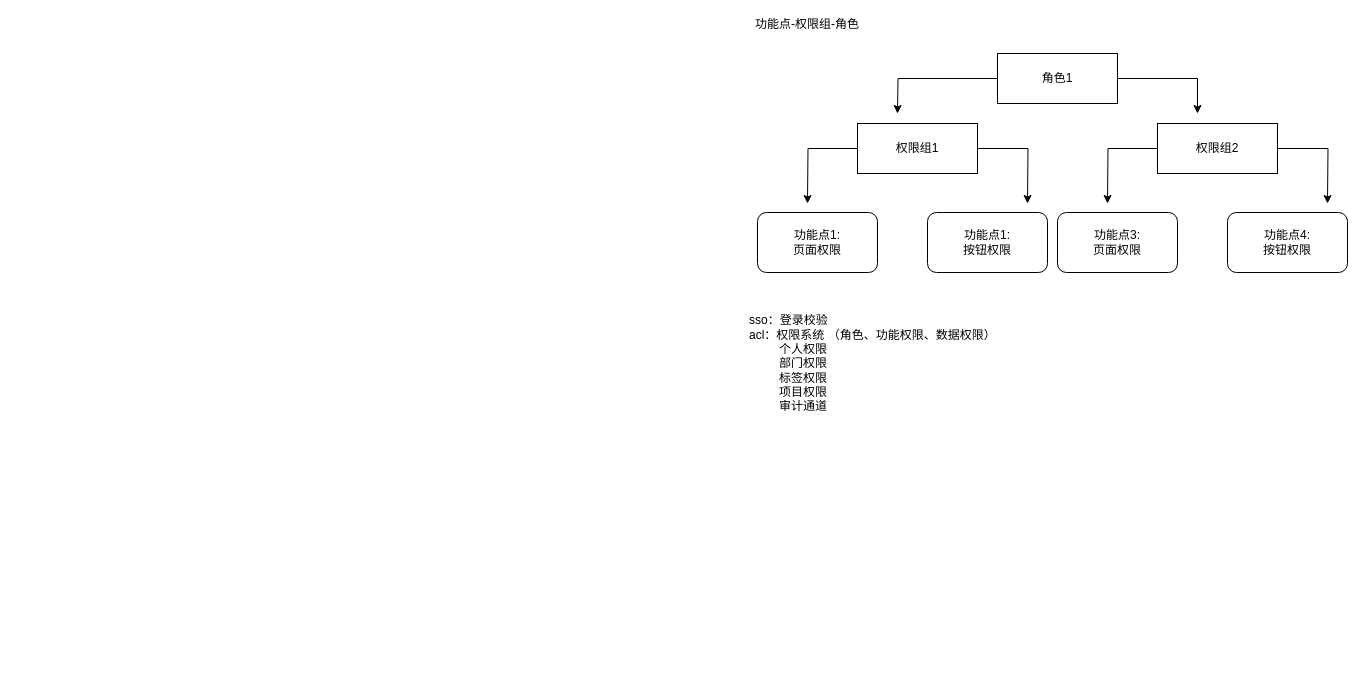
Before: G1.drawio in mayating/drawio-files, a draw.io diagram. Source tidied: cells renumbered, new cells numbered last; positions are measured from the earlier drawing's top-left corner, leaving out a move shared by most shapes. Both pictures are drawn from the tidied source at 100%, with x=0, y=0 at pixel (747, 23).
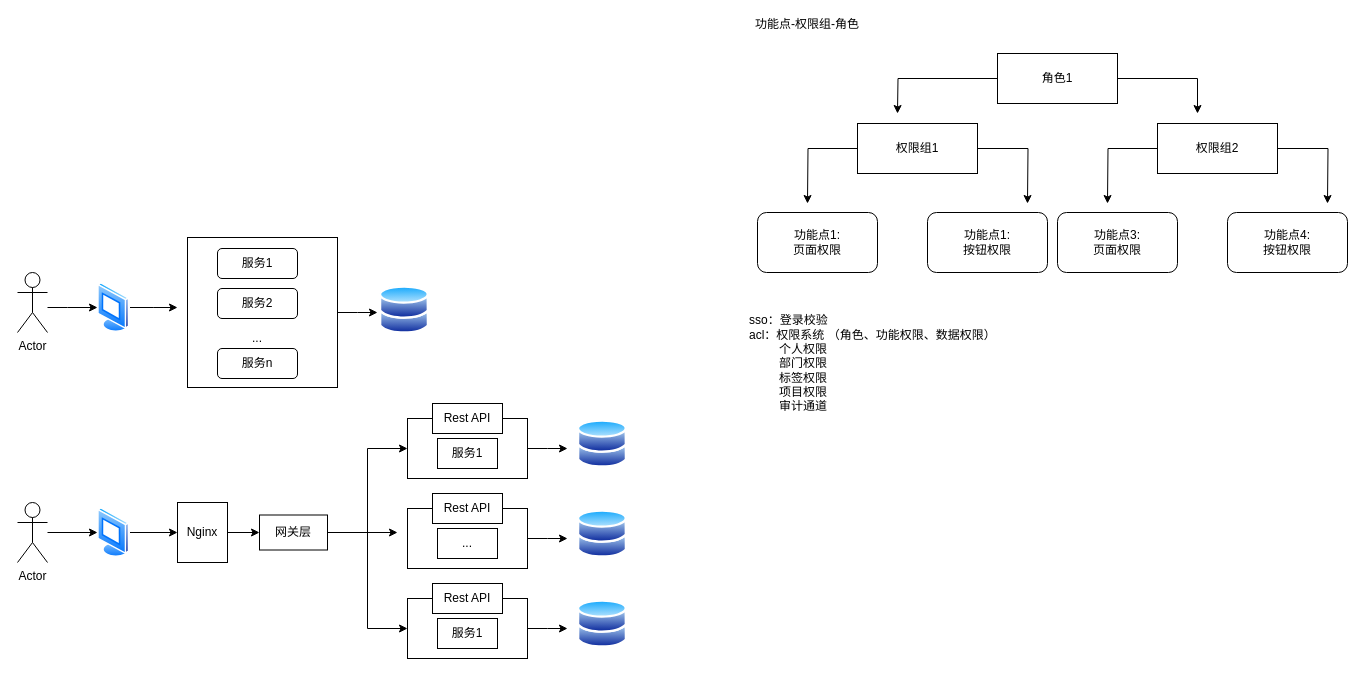
After the change.

What changed in the source:
```diff
@@
+    <mxCell id="17" style="edgeStyle=orthogonalEdgeStyle;rounded=0;jettySize=auto;html=1;entryX=0;entryY=0.5;entryDx=0;entryDy=0;" parent="1" edge="1" source="18" target="20">
+      <mxGeometry relative="1" as="geometry">
+        <Array as="points">
+          <mxPoint x="-680" y="284" />
+          <mxPoint x="-680" y="284" />
+        </Array>
+      </mxGeometry>
+    </mxCell>
+    <mxCell id="18" value="Actor" style="shape=umlActor;verticalLabelPosition=bottom;verticalAlign=top;html=1;outlineConnect=0;" parent="1" vertex="1">
+      <mxGeometry x="-730" y="249" width="30" height="60" as="geometry" />
+    </mxCell>
+    <mxCell id="19" style="edgeStyle=orthogonalEdgeStyle;rounded=0;jettySize=auto;html=1;" parent="1" edge="1" source="20">
+      <mxGeometry relative="1" as="geometry">
+        <mxPoint x="-570" y="284" as="targetPoint" />
+      </mxGeometry>
+    </mxCell>
+    <mxCell id="20" style="perimeter=ellipsePerimeter;html=1;align=center;shadow=0;dashed=0;spacingTop=3;image;image=img/lib/active_directory/vista_terminal.svg;" parent="1" vertex="1">
+      <mxGeometry x="-650" y="259" width="32.5" height="50" as="geometry" />
+    </mxCell>
+    <mxCell id="21" style="edgeStyle=orthogonalEdgeStyle;rounded=0;jettySize=auto;html=1;" parent="1" edge="1" source="22">
+      <mxGeometry relative="1" as="geometry">
+        <mxPoint x="-370" y="289" as="targetPoint" />
+      </mxGeometry>
+    </mxCell>
+    <mxCell id="22" style="whiteSpace=wrap;html=1;" parent="1" vertex="1">
+      <mxGeometry x="-560" y="214" width="150" height="150" as="geometry" />
+    </mxCell>
+    <mxCell id="23" value="服务1" style="rounded=1;whiteSpace=wrap;html=1;" parent="1" vertex="1">
+      <mxGeometry x="-530" y="225" width="80" height="30" as="geometry" />
+    </mxCell>
+    <mxCell id="24" value="服务2" style="rounded=1;whiteSpace=wrap;html=1;" parent="1" vertex="1">
+      <mxGeometry x="-530" y="265" width="80" height="30" as="geometry" />
+    </mxCell>
+    <mxCell id="25" value="服务n" style="rounded=1;whiteSpace=wrap;html=1;" parent="1" vertex="1">
+      <mxGeometry x="-530" y="325" width="80" height="30" as="geometry" />
+    </mxCell>
+    <mxCell id="26" value="..." style="text;html=1;strokeColor=none;fillColor=none;align=center;verticalAlign=middle;whiteSpace=wrap;rounded=0;" parent="1" vertex="1">
+      <mxGeometry x="-510" y="305" width="40" height="20" as="geometry" />
+    </mxCell>
+    <mxCell id="27" style="perimeter=ellipsePerimeter;html=1;align=center;shadow=0;dashed=0;spacingTop=3;image;image=img/lib/active_directory/databases.svg;" parent="1" vertex="1">
+      <mxGeometry x="-368" y="262" width="50" height="49" as="geometry" />
+    </mxCell>
+    <mxCell id="28" style="edgeStyle=orthogonalEdgeStyle;rounded=0;jettySize=auto;html=1;" parent="1" edge="1" source="29" target="31">
+      <mxGeometry relative="1" as="geometry" />
+    </mxCell>
+    <mxCell id="29" value="Actor" style="shape=umlActor;verticalLabelPosition=bottom;verticalAlign=top;html=1;outlineConnect=0;" parent="1" vertex="1">
+      <mxGeometry x="-730" y="479" width="30" height="60" as="geometry" />
+    </mxCell>
+    <mxCell id="30" style="edgeStyle=orthogonalEdgeStyle;rounded=0;jettySize=auto;html=1;entryX=0;entryY=0.5;entryDx=0;entryDy=0;" parent="1" edge="1" source="31" target="33">
+      <mxGeometry relative="1" as="geometry" />
+    </mxCell>
+    <mxCell id="31" style="perimeter=ellipsePerimeter;html=1;align=center;shadow=0;dashed=0;spacingTop=3;image;image=img/lib/active_directory/vista_terminal.svg;" parent="1" vertex="1">
+      <mxGeometry x="-650" y="484" width="32.5" height="50" as="geometry" />
+    </mxCell>
+    <mxCell id="32" style="edgeStyle=orthogonalEdgeStyle;rounded=0;jettySize=auto;html=1;entryX=0;entryY=0.5;entryDx=0;entryDy=0;" parent="1" edge="1" source="33" target="37">
+      <mxGeometry relative="1" as="geometry" />
+    </mxCell>
+    <mxCell id="33" value="Nginx" style="rounded=0;whiteSpace=wrap;html=1;" parent="1" vertex="1">
+      <mxGeometry x="-570" y="479" width="50" height="60" as="geometry" />
+    </mxCell>
+    <mxCell id="34" style="edgeStyle=orthogonalEdgeStyle;rounded=0;jettySize=auto;html=1;" parent="1" edge="1" source="37">
+      <mxGeometry relative="1" as="geometry">
+        <mxPoint x="-350" y="509" as="targetPoint" />
+      </mxGeometry>
+    </mxCell>
+    <mxCell id="35" style="edgeStyle=orthogonalEdgeStyle;rounded=0;jettySize=auto;html=1;entryX=0;entryY=0.5;entryDx=0;entryDy=0;" parent="1" edge="1" source="37" target="39">
+      <mxGeometry relative="1" as="geometry" />
+    </mxCell>
+    <mxCell id="36" style="edgeStyle=orthogonalEdgeStyle;rounded=0;jettySize=auto;html=1;entryX=0;entryY=0.5;entryDx=0;entryDy=0;" parent="1" edge="1" source="37" target="49">
+      <mxGeometry relative="1" as="geometry" />
+    </mxCell>
+    <mxCell id="37" value="网关层" style="rounded=0;whiteSpace=wrap;html=1;" parent="1" vertex="1">
+      <mxGeometry x="-488" y="491.5" width="68" height="35" as="geometry" />
+    </mxCell>
+    <mxCell id="38" style="edgeStyle=orthogonalEdgeStyle;rounded=0;jettySize=auto;html=1;" parent="1" edge="1" source="39">
+      <mxGeometry relative="1" as="geometry">
+        <mxPoint x="-180" y="425" as="targetPoint" />
+      </mxGeometry>
+    </mxCell>
+    <mxCell id="39" style="rounded=0;whiteSpace=wrap;html=1;" parent="1" vertex="1">
+      <mxGeometry x="-340" y="395" width="120" height="60" as="geometry" />
+    </mxCell>
+    <mxCell id="40" value="服务1" style="rounded=0;whiteSpace=wrap;html=1;" parent="1" vertex="1">
+      <mxGeometry x="-310" y="415" width="60" height="30" as="geometry" />
+    </mxCell>
+    <mxCell id="41" value="Rest API" style="rounded=0;whiteSpace=wrap;html=1;" parent="1" vertex="1">
+      <mxGeometry x="-315" y="380" width="70" height="30" as="geometry" />
+    </mxCell>
+    <mxCell id="42" style="perimeter=ellipsePerimeter;html=1;align=center;shadow=0;dashed=0;spacingTop=3;image;image=img/lib/active_directory/databases.svg;" parent="1" vertex="1">
+      <mxGeometry x="-170" y="396" width="50" height="49" as="geometry" />
+    </mxCell>
+    <mxCell id="43" style="edgeStyle=orthogonalEdgeStyle;rounded=0;jettySize=auto;html=1;" parent="1" edge="1" source="44">
+      <mxGeometry relative="1" as="geometry">
+        <mxPoint x="-180" y="515" as="targetPoint" />
+      </mxGeometry>
+    </mxCell>
+    <mxCell id="44" style="rounded=0;whiteSpace=wrap;html=1;" parent="1" vertex="1">
+      <mxGeometry x="-340" y="485" width="120" height="60" as="geometry" />
+    </mxCell>
+    <mxCell id="45" value="..." style="rounded=0;whiteSpace=wrap;html=1;" parent="1" vertex="1">
+      <mxGeometry x="-310" y="505" width="60" height="30" as="geometry" />
+    </mxCell>
+    <mxCell id="46" value="Rest API" style="rounded=0;whiteSpace=wrap;html=1;" parent="1" vertex="1">
+      <mxGeometry x="-315" y="470" width="70" height="30" as="geometry" />
+    </mxCell>
+    <mxCell id="47" style="perimeter=ellipsePerimeter;html=1;align=center;shadow=0;dashed=0;spacingTop=3;image;image=img/lib/active_directory/databases.svg;" parent="1" vertex="1">
+      <mxGeometry x="-170" y="486" width="50" height="49" as="geometry" />
+    </mxCell>
+    <mxCell id="48" style="edgeStyle=orthogonalEdgeStyle;rounded=0;jettySize=auto;html=1;" parent="1" edge="1" source="49">
+      <mxGeometry relative="1" as="geometry">
+        <mxPoint x="-180" y="605" as="targetPoint" />
+      </mxGeometry>
+    </mxCell>
+    <mxCell id="49" style="rounded=0;whiteSpace=wrap;html=1;" parent="1" vertex="1">
+      <mxGeometry x="-340" y="575" width="120" height="60" as="geometry" />
+    </mxCell>
+    <mxCell id="50" value="服务1" style="rounded=0;whiteSpace=wrap;html=1;" parent="1" vertex="1">
+      <mxGeometry x="-310" y="595" width="60" height="30" as="geometry" />
+    </mxCell>
+    <mxCell id="51" value="Rest API" style="rounded=0;whiteSpace=wrap;html=1;" parent="1" vertex="1">
+      <mxGeometry x="-315" y="560" width="70" height="30" as="geometry" />
+    </mxCell>
+    <mxCell id="52" style="perimeter=ellipsePerimeter;html=1;align=center;shadow=0;dashed=0;spacingTop=3;image;image=img/lib/active_directory/databases.svg;" parent="1" vertex="1">
+      <mxGeometry x="-170" y="576" width="50" height="49" as="geometry" />
+    </mxCell>
```
